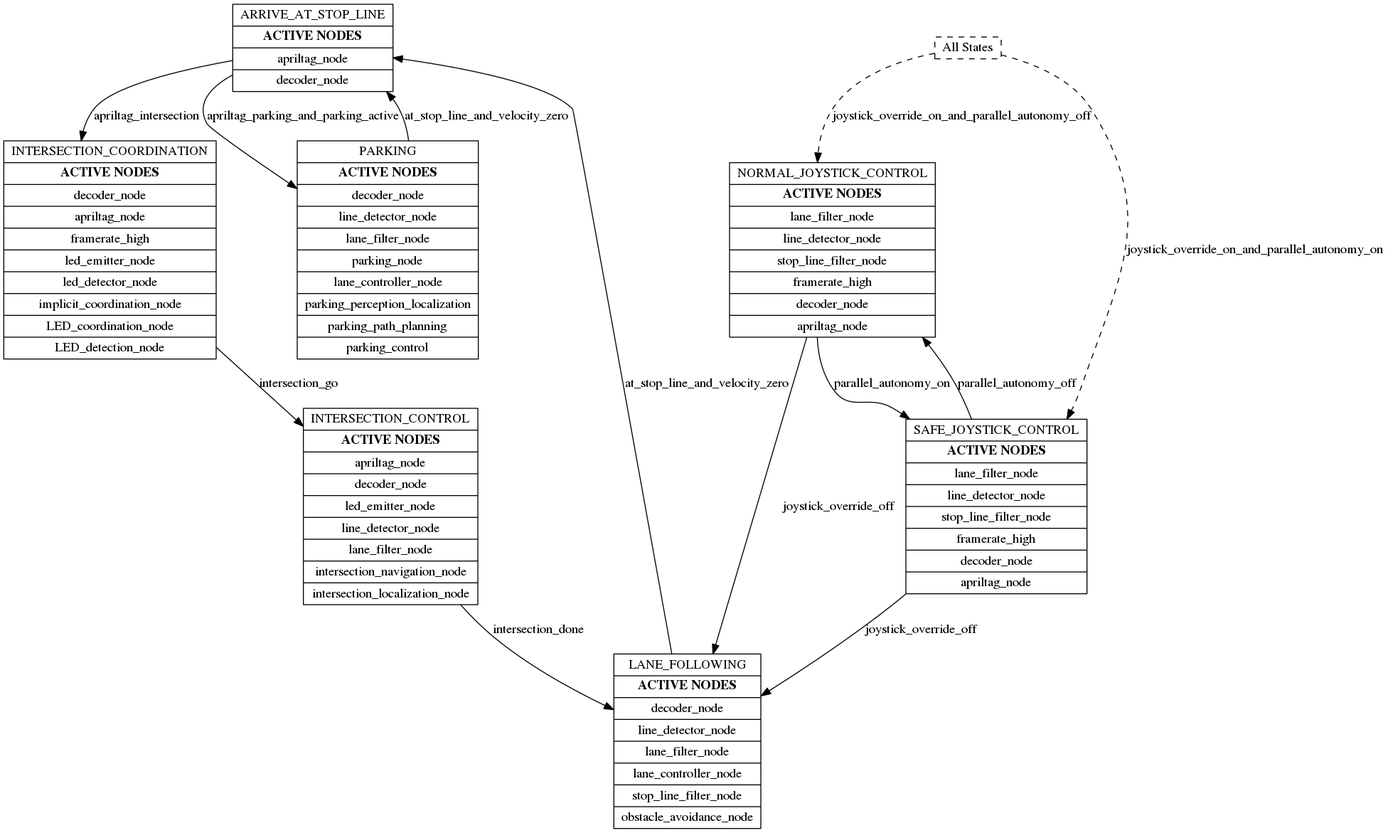
This is catkin_ws/src/00-infrastructure/ros_diagram/fsm_default_detailed.png from spadma3/duck, a Graphviz export, as it was before one commit. Its source is kept beside it as catkin_ws/src/00-infrastructure/ros_diagram/fsm_default_detailed.dot.
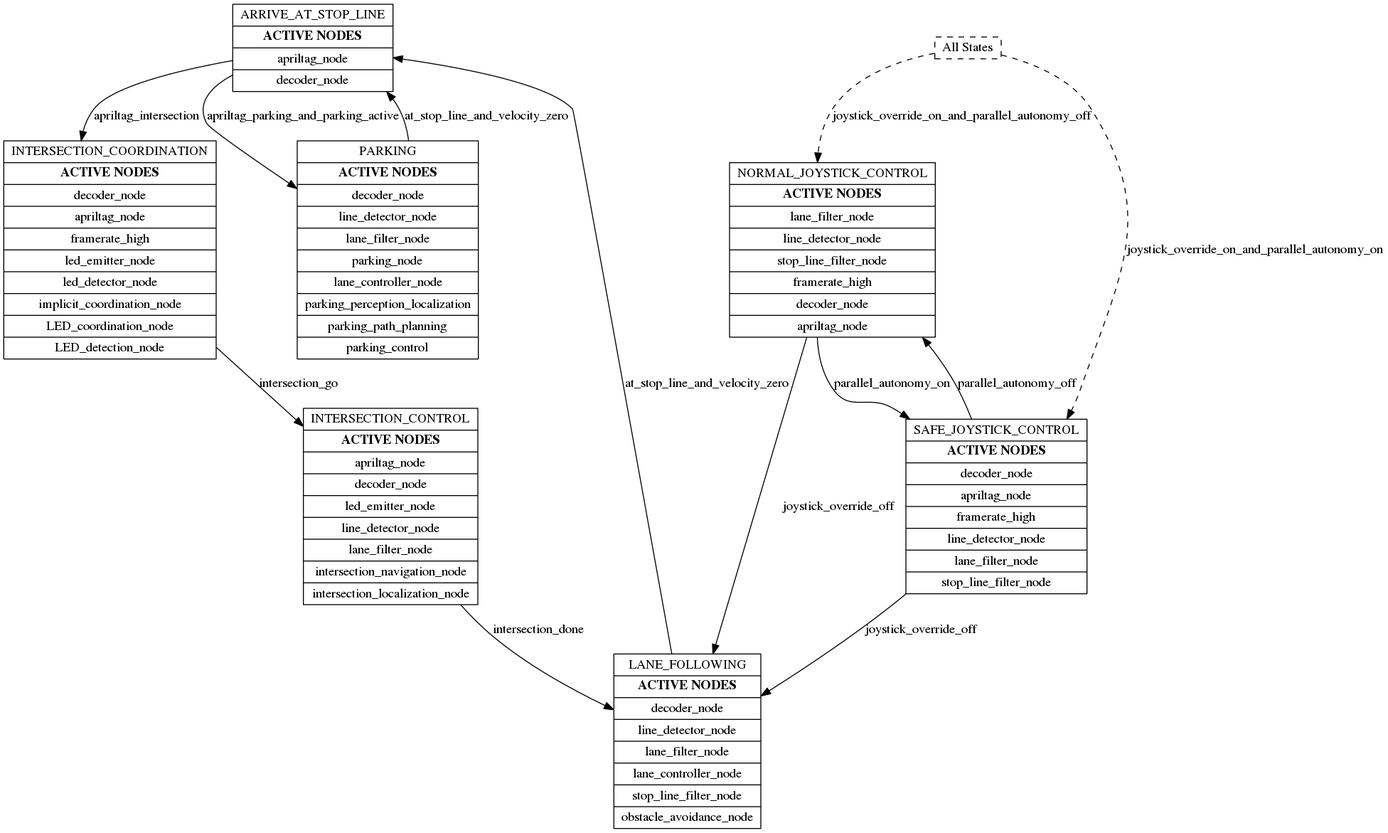
After the commit.

Commit message:
Updated fsm_node.easy_node.yaml to include example node subscribing to fsm_node/mode

Change to the diagram source:
```diff
@@ -6,7 +6,7 @@
 	NORMAL_JOYSTICK_CONTROL [label=<{ NORMAL_JOYSTICK_CONTROL | <B> ACTIVE NODES </B> | lane_filter_node | line_detector_node | stop_line_filter_node | framerate_high | decoder_node | apriltag_node }> color=black fontcolor=black]
 	PARKING [label=<{ PARKING | <B> ACTIVE NODES </B> | decoder_node | line_detector_node | lane_filter_node | parking_node | lane_controller_node | parking_perception_localization | parking_path_planning | parking_control }> color=black fontcolor=black]
 	LANE_FOLLOWING [label=<{ LANE_FOLLOWING | <B> ACTIVE NODES </B> | decoder_node | line_detector_node | lane_filter_node | lane_controller_node | stop_line_filter_node | obstacle_avoidance_node }> color=black fontcolor=black]
-	SAFE_JOYSTICK_CONTROL [label=<{ SAFE_JOYSTICK_CONTROL | <B> ACTIVE NODES </B> | lane_filter_node | line_detector_node | stop_line_filter_node | framerate_high | decoder_node | apriltag_node }> color=black fontcolor=black]
+	SAFE_JOYSTICK_CONTROL [label=<{ SAFE_JOYSTICK_CONTROL | <B> ACTIVE NODES </B> | decoder_node | apriltag_node | framerate_high | line_detector_node | lane_filter_node | stop_line_filter_node }> color=black fontcolor=black]
 	ARRIVE_AT_STOP_LINE -> PARKING [label=apriltag_parking_and_parking_active color=black fontcolor=black]
 	ARRIVE_AT_STOP_LINE -> INTERSECTION_COORDINATION [label=apriltag_intersection color=black fontcolor=black]
 	INTERSECTION_CONTROL -> LANE_FOLLOWING [label=intersection_done color=black fontcolor=black]
```
